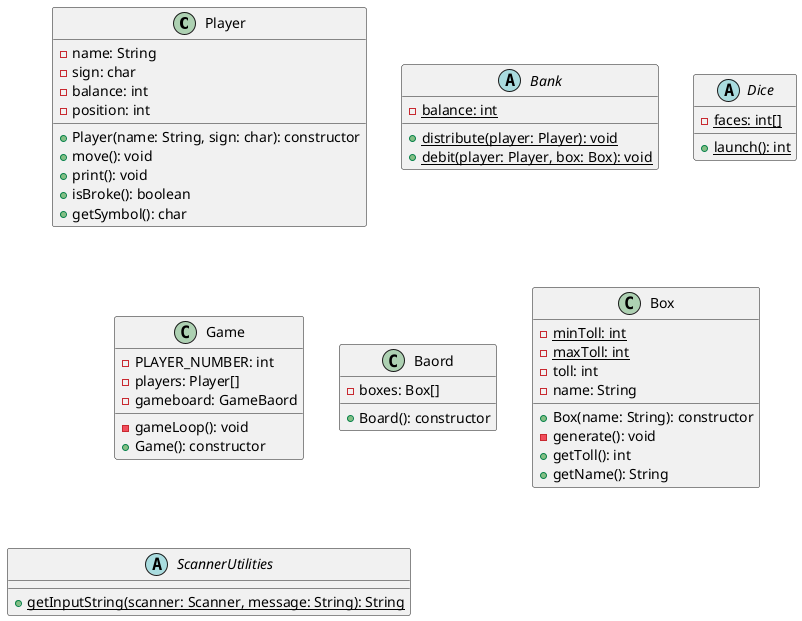
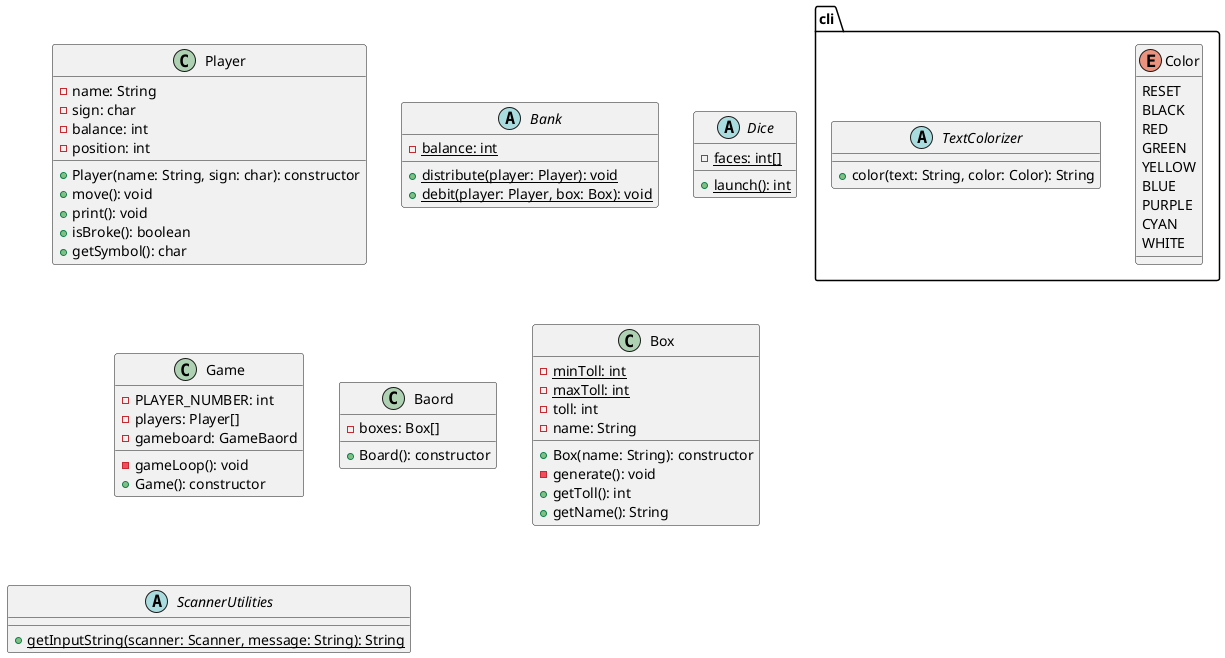
@startuml

class Player {
  - name: String
  - sign: char
  - balance: int
  - position: int
  + Player(name: String, sign: char): constructor
  + move(): void
  + print(): void
  + isBroke(): boolean
  + getSymbol(): char
+ }
+ 
+ package cli {
+     enum Color {
+         RESET
+         BLACK
+         RED
+         GREEN
+         YELLOW
+         BLUE
+         PURPLE
+         CYAN
+         WHITE
+     }
+ 
+     abstract class TextColorizer {
+         + color(text: String, color: Color): String
+     }
}

abstract class Bank {
  - {static} balance: int
  + {static} distribute(player: Player): void
  + {static} debit(player: Player, box: Box): void
}

abstract class Dice {
  - {static} faces: int[]
  + {static} launch(): int
}

class Game {
  - PLAYER_NUMBER: int
  - players: Player[]
  - gameboard: GameBaord
  - gameLoop(): void
  + Game(): constructor
}

class Baord {
  - boxes: Box[]
  + Board(): constructor
}

class Box {
  - {static} minToll: int
  - {static} maxToll: int
  - toll: int
  - name: String
  + Box(name: String): constructor
  - generate(): void
  + getToll(): int
  + getName(): String
}

abstract class ScannerUtilities {
  + {static} getInputString(scanner: Scanner, message: String): String
}

@enduml